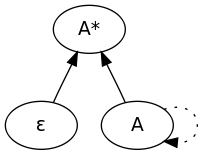
cwi-swat/sbfgtd keeps this Graphviz diagram as SBFGTD/doc/star-list.png. Above is the earlier version. Its source is kept beside it as SBFGTD/doc/star-list.dot. Source of this version:
```dot
digraph graphname{
  "&epsilon;" -> "A*"
  "A" -> "A*"
  "A" -> "A" [style = "dotted"]

  {rank=min "A*"}
}
```
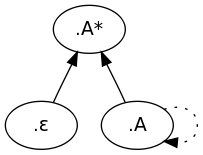
The same file after the commit.

Change to the diagram source:
```diff
@@ -1,7 +1,7 @@
 digraph graphname{
-  "&epsilon;" -> "A*"
-  "A" -> "A*"
-  "A" -> "A" [style = "dotted"]
+  ".&epsilon;" -> ".A*"
+  ".A" -> ".A*"
+  ".A" -> ".A" [style = "dotted"]
 
-  {rank=min "A*"}
+  {rank=min ".A*"}
 }
```
